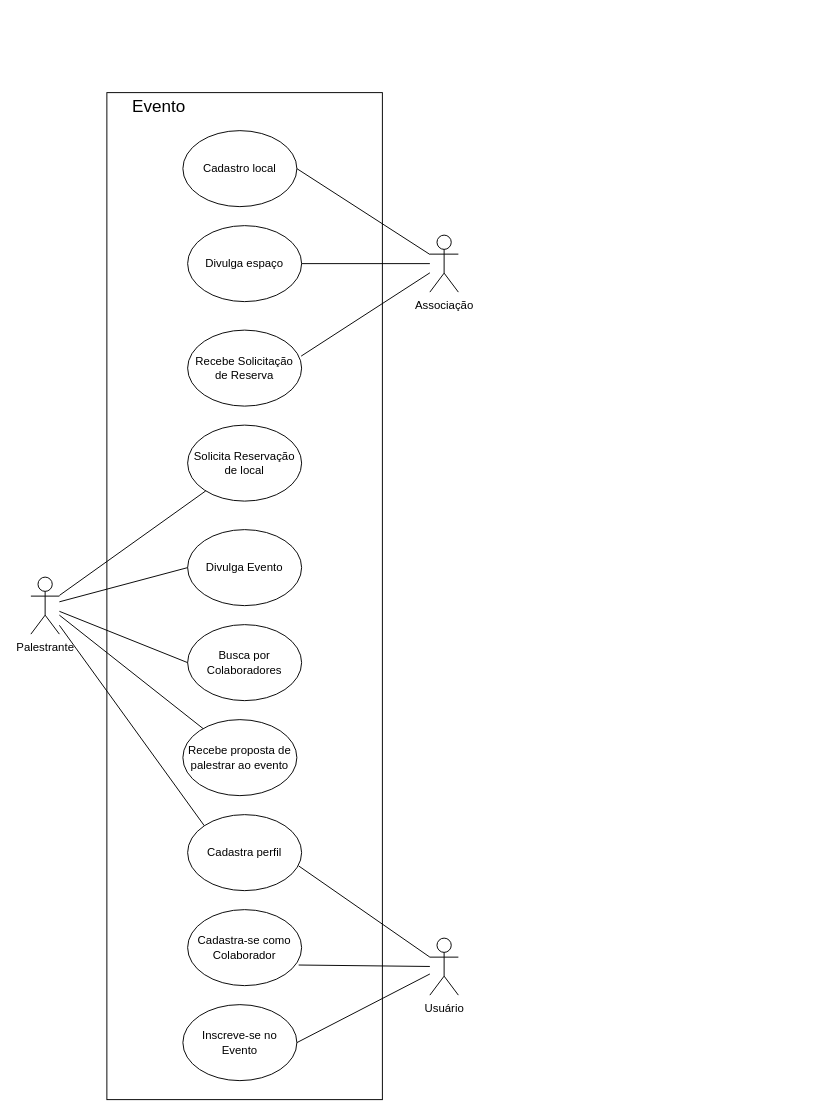
The draw.io diagram Diagramas/Caso de Uso - Evento.drawio in frqnk/2023.1-1sem-PI-Grupo5, before the edit. Source tidied: cells renumbered, new cells numbered last; positions are measured from the earlier drawing's top-left corner, leaving out a move shared by most shapes. Both pictures are drawn from the tidied source at 95%, with x=0, y=0 at pixel (30, 92).
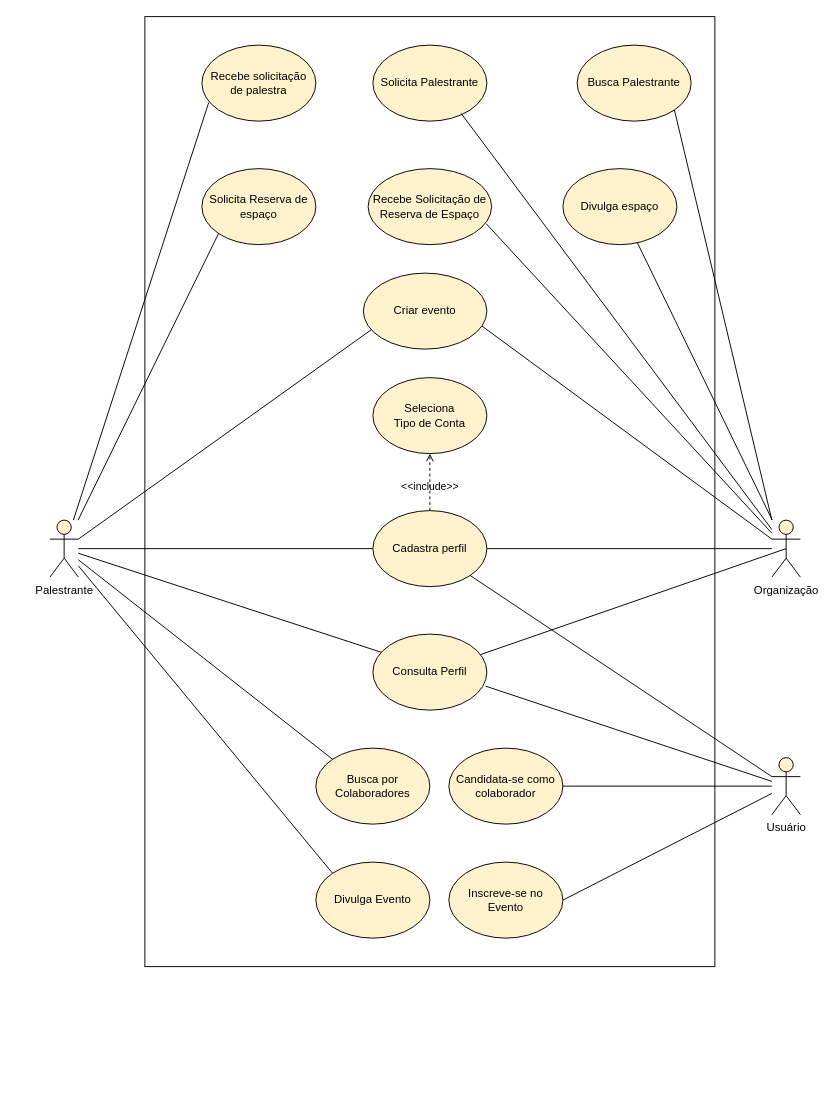
The same diagram, later.

Diff of the diagram source:
```diff
@@
     <mxCell id="2" style="rounded=0;whiteSpace=wrap;html=1;" parent="1" vertex="1">
-      <mxGeometry x="80" width="290" height="1060" as="geometry" />
+      <mxGeometry x="120" y="-80" width="600" height="1000" as="geometry" />
     </mxCell>
-    <mxCell id="3" value="Usuário" style="shape=umlActor;verticalLabelPosition=bottom;verticalAlign=top;html=1;outlineConnect=0;" parent="1" vertex="1">
-      <mxGeometry x="420" y="890" width="30" height="60" as="geometry" />
+    <mxCell id="3" value="Usuário" style="shape=umlActor;verticalLabelPosition=bottom;verticalAlign=top;html=1;outlineConnect=0;fillColor=#FFF2CC;" parent="1" vertex="1">
+      <mxGeometry x="780" y="700" width="30" height="60" as="geometry" />
     </mxCell>
-    <mxCell id="4" value="Associação" style="shape=umlActor;verticalLabelPosition=bottom;verticalAlign=top;html=1;outlineConnect=0;" parent="1" vertex="1">
-      <mxGeometry x="420" y="150" width="30" height="60" as="geometry" />
+    <mxCell id="4" value="Organização" style="shape=umlActor;verticalLabelPosition=bottom;verticalAlign=top;html=1;outlineConnect=0;fillColor=#FFF2CC;" parent="1" vertex="1">
+      <mxGeometry x="780" y="450" width="30" height="60" as="geometry" />
     </mxCell>
-    <mxCell id="5" value="Cadastro local" style="ellipse;whiteSpace=wrap;html=1;" parent="1" vertex="1">
-      <mxGeometry x="160" y="40" width="120" height="80" as="geometry" />
-    </mxCell>
-    <mxCell id="6" style="endArrow=none;html=1;rounded=0;exitX=1;exitY=0.5;exitDx=0;exitDy=0;" parent="1" edge="1" source="5" target="4">
-      <mxGeometry relative="1" as="geometry" />
-    </mxCell>
-    <mxCell id="7" value="Divulga espaço" style="ellipse;whiteSpace=wrap;html=1;" parent="1" vertex="1">
-      <mxGeometry x="165" y="140" width="120" height="80" as="geometry" />
+    <mxCell id="7" value="Divulga espaço" style="ellipse;whiteSpace=wrap;html=1;fillColor=#FFF2CC;" parent="1" vertex="1">
+      <mxGeometry x="560" y="80" width="120" height="80" as="geometry" />
     </mxCell>
@@
-    <mxCell id="9" value="Palestrante" style="shape=umlActor;verticalLabelPosition=bottom;verticalAlign=top;html=1;outlineConnect=0;" parent="1" vertex="1">
-      <mxGeometry y="510" width="30" height="60" as="geometry" />
+    <mxCell id="9" value="Palestrante" style="shape=umlActor;verticalLabelPosition=bottom;verticalAlign=top;html=1;outlineConnect=0;fillColor=#FFF2CC;" parent="1" vertex="1">
+      <mxGeometry x="20" y="450" width="30" height="60" as="geometry" />
     </mxCell>
-    <mxCell id="10" value="Solicita Reservação de local" style="ellipse;whiteSpace=wrap;html=1;" parent="1" vertex="1">
-      <mxGeometry x="165" y="350" width="120" height="80" as="geometry" />
+    <mxCell id="10" value="Solicita Reserva de espaço" style="ellipse;whiteSpace=wrap;html=1;fillColor=#FFF2CC;" parent="1" vertex="1">
+      <mxGeometry x="180" y="80" width="120" height="80" as="geometry" />
     </mxCell>
-    <mxCell id="11" value="Recebe Solicitação de Reserva" style="ellipse;whiteSpace=wrap;html=1;" parent="1" vertex="1">
-      <mxGeometry x="165" y="250" width="120" height="80" as="geometry" />
+    <mxCell id="11" value="Recebe Solicitação de Reserva de Espaço" style="ellipse;whiteSpace=wrap;html=1;fillColor=#FFF2CC;" parent="1" vertex="1">
+      <mxGeometry x="355" y="80" width="130" height="80" as="geometry" />
     </mxCell>
-    <mxCell id="12" style="endArrow=none;html=1;rounded=0;" parent="1" edge="1" source="9" target="10">
+    <mxCell id="12" style="endArrow=none;html=1;rounded=0;entryX=0;entryY=1;entryDx=0;entryDy=0;" parent="1" edge="1" source="9" target="10">
       <mxGeometry relative="1" as="geometry" />
     </mxCell>
-    <mxCell id="13" style="endArrow=none;html=1;rounded=0;exitX=0.996;exitY=0.342;exitDx=0;exitDy=0;exitPerimeter=0;" parent="1" edge="1" source="11" target="4">
+    <mxCell id="13" style="endArrow=none;html=1;rounded=0;exitX=0.957;exitY=0.726;exitDx=0;exitDy=0;exitPerimeter=0;" parent="1" edge="1" source="11" target="4">
       <mxGeometry relative="1" as="geometry" />
     </mxCell>
-    <mxCell id="14" value="Evento" style="text;html=1;strokeColor=none;fillColor=none;align=center;verticalAlign=middle;whiteSpace=wrap;rounded=0;fontSize=18;" parent="1" vertex="1">
-      <mxGeometry x="90" width="90" height="30" as="geometry" />
-    </mxCell>
-    <mxCell id="15" value="Divulga Evento" style="ellipse;whiteSpace=wrap;html=1;" parent="1" vertex="1">
-      <mxGeometry x="165" y="460" width="120" height="80" as="geometry" />
+    <mxCell id="15" value="Divulga Evento" style="ellipse;whiteSpace=wrap;html=1;fillColor=#FFF2CC;" parent="1" vertex="1">
+      <mxGeometry x="300" y="810" width="120" height="80" as="geometry" />
     </mxCell>
-    <mxCell id="16" value="Inscreve-se no Evento" style="ellipse;whiteSpace=wrap;html=1;" parent="1" vertex="1">
-      <mxGeometry x="160" y="960" width="120" height="80" as="geometry" />
+    <mxCell id="16" value="Inscreve-se no Evento" style="ellipse;whiteSpace=wrap;html=1;fillColor=#FFF2CC;" parent="1" vertex="1">
+      <mxGeometry x="440" y="810" width="120" height="80" as="geometry" />
     </mxCell>
@@
-    <mxCell id="18" style="endArrow=none;html=1;rounded=0;entryX=0;entryY=0.5;entryDx=0;entryDy=0;" parent="1" edge="1" source="9" target="15">
+    <mxCell id="18" style="endArrow=none;html=1;rounded=0;entryX=0;entryY=0;entryDx=0;entryDy=0;" parent="1" edge="1" source="9" target="15">
       <mxGeometry relative="1" as="geometry" />
     </mxCell>
-    <mxCell id="19" value="Busca por Colaboradores" style="ellipse;whiteSpace=wrap;html=1;" parent="1" vertex="1">
-      <mxGeometry x="165" y="560" width="120" height="80" as="geometry" />
+    <mxCell id="19" value="Busca por Colaboradores" style="ellipse;whiteSpace=wrap;html=1;fillColor=#FFF2CC;" parent="1" vertex="1">
+      <mxGeometry x="300" y="690" width="120" height="80" as="geometry" />
     </mxCell>
-    <mxCell id="20" value="Cadastra-se como Colaborador" style="ellipse;whiteSpace=wrap;html=1;" parent="1" vertex="1">
-      <mxGeometry x="165" y="860" width="120" height="80" as="geometry" />
+    <mxCell id="20" value="Candidata-se como colaborador" style="ellipse;whiteSpace=wrap;html=1;fillColor=#FFF2CC;" parent="1" vertex="1">
+      <mxGeometry x="440" y="690" width="120" height="80" as="geometry" />
     </mxCell>
-    <mxCell id="21" style="endArrow=none;html=1;rounded=0;exitX=0;exitY=0.5;exitDx=0;exitDy=0;" parent="1" edge="1" source="19" target="9">
+    <mxCell id="21" style="endArrow=none;html=1;rounded=0;exitX=0;exitY=0;exitDx=0;exitDy=0;" parent="1" edge="1" source="19" target="9">
       <mxGeometry relative="1" as="geometry" />
     </mxCell>
-    <mxCell id="22" style="endArrow=none;html=1;rounded=0;exitX=0.974;exitY=0.729;exitDx=0;exitDy=0;exitPerimeter=0;" parent="1" edge="1" source="20" target="3">
+    <mxCell id="22" style="endArrow=none;html=1;rounded=0;" parent="1" edge="1" source="20" target="3">
       <mxGeometry relative="1" as="geometry" />
     </mxCell>
-    <mxCell id="23" value="Recebe proposta de palestrar ao evento" style="ellipse;whiteSpace=wrap;html=1;" parent="1" vertex="1">
-      <mxGeometry x="160" y="660" width="120" height="80" as="geometry" />
+    <mxCell id="23" value="Recebe solicitação&lt;br&gt;de palestra" style="ellipse;whiteSpace=wrap;html=1;fillColor=#FFF2CC;" parent="1" vertex="1">
+      <mxGeometry x="180" y="-50" width="120" height="80" as="geometry" />
     </mxCell>
-    <mxCell id="24" style="endArrow=none;html=1;rounded=0;" parent="1" edge="1" source="23">
-      <mxGeometry relative="1" as="geometry">
-        <mxPoint x="30" y="550" as="targetPoint" />
-      </mxGeometry>
+    <mxCell id="24" style="endArrow=none;html=1;rounded=0;exitX=0.06;exitY=0.755;exitDx=0;exitDy=0;exitPerimeter=0;" parent="1" edge="1" source="23" target="9">
+      <mxGeometry relative="1" as="geometry" />
     </mxCell>
-    <mxCell id="25" value="Cadastra perfil" style="ellipse;whiteSpace=wrap;html=1;" parent="1" vertex="1">
-      <mxGeometry x="165" y="760" width="120" height="80" as="geometry" />
+    <mxCell id="25" value="Cadastra perfil" style="ellipse;whiteSpace=wrap;html=1;fillColor=#FFF2CC;" parent="1" vertex="1">
+      <mxGeometry x="360" y="440" width="120" height="80" as="geometry" />
     </mxCell>
-    <mxCell id="26" style="endArrow=none;html=1;rounded=0;exitX=0;exitY=0;exitDx=0;exitDy=0;" parent="1" edge="1" source="25" target="9">
+    <mxCell id="26" style="endArrow=none;html=1;rounded=0;exitX=0;exitY=0.5;exitDx=0;exitDy=0;" parent="1" edge="1" source="25" target="9">
       <mxGeometry relative="1" as="geometry" />
     </mxCell>
+    <mxCell id="28" style="endArrow=none;html=1;rounded=0;exitX=1;exitY=0.5;exitDx=0;exitDy=0;" parent="1" edge="1" source="25" target="4">
+      <mxGeometry relative="1" as="geometry" />
+    </mxCell>
+    <mxCell id="29" value="&amp;lt;&amp;lt;include&amp;gt;&amp;gt;" style="html=1;verticalAlign=bottom;labelBackgroundColor=none;endArrow=open;endFill=0;dashed=1;rounded=0;" parent="1" edge="1" source="25" target="30">
+      <mxGeometry x="-0.48" relative="1" as="geometry" />
+    </mxCell>
+    <mxCell id="30" value="Seleciona&lt;br&gt;Tipo de Conta" style="ellipse;whiteSpace=wrap;html=1;fillColor=#FFF2CC;" parent="1" vertex="1">
+      <mxGeometry x="360" y="300" width="120" height="80" as="geometry" />
+    </mxCell>
+    <mxCell id="31" value="Solicita Palestrante" style="ellipse;whiteSpace=wrap;html=1;fillColor=#FFF2CC;" parent="1" vertex="1">
+      <mxGeometry x="360" y="-50" width="120" height="80" as="geometry" />
+    </mxCell>
+    <mxCell id="32" style="endArrow=none;html=1;rounded=0;exitX=0.774;exitY=0.898;exitDx=0;exitDy=0;exitPerimeter=0;" parent="1" edge="1" source="31" target="4">
+      <mxGeometry relative="1" as="geometry" />
+    </mxCell>
-    <mxCell id="27" style="endArrow=none;html=1;rounded=0;exitX=0.974;exitY=0.675;exitDx=0;exitDy=0;exitPerimeter=0;entryX=0;entryY=0.3333333333333333;entryDx=0;entryDy=0;entryPerimeter=0;" parent="1" edge="1" source="25" target="3">
+    <mxCell id="27" style="endArrow=none;html=1;rounded=0;exitX=1;exitY=1;exitDx=0;exitDy=0;" parent="1" edge="1" source="25" target="3">
       <mxGeometry relative="1" as="geometry" />
     </mxCell>
+    <mxCell id="33" value="Busca Palestrante" style="ellipse;whiteSpace=wrap;html=1;fillColor=#FFF2CC;" parent="1" vertex="1">
+      <mxGeometry x="575" y="-50" width="120" height="80" as="geometry" />
+    </mxCell>
+    <mxCell id="34" value="Consulta Perfil" style="ellipse;whiteSpace=wrap;html=1;fillColor=#FFF2CC;" parent="1" vertex="1">
+      <mxGeometry x="360" y="570" width="120" height="80" as="geometry" />
+    </mxCell>
+    <mxCell id="35" style="endArrow=none;html=1;rounded=0;exitX=0.988;exitY=0.684;exitDx=0;exitDy=0;exitPerimeter=0;" parent="1" edge="1" source="34" target="3">
+      <mxGeometry relative="1" as="geometry" />
+    </mxCell>
+    <mxCell id="36" style="endArrow=none;html=1;rounded=0;exitX=0.072;exitY=0.238;exitDx=0;exitDy=0;exitPerimeter=0;" parent="1" edge="1" source="34" target="9">
+      <mxGeometry relative="1" as="geometry" />
+    </mxCell>
+    <mxCell id="37" style="endArrow=none;html=1;rounded=0;exitX=0.5;exitY=0.5;exitDx=0;exitDy=0;exitPerimeter=0;" parent="1" edge="1" source="4" target="34">
+      <mxGeometry relative="1" as="geometry" />
+    </mxCell>
+    <mxCell id="38" style="endArrow=none;html=1;rounded=0;exitX=1;exitY=1;exitDx=0;exitDy=0;" parent="1" edge="1" source="33">
+      <mxGeometry relative="1" as="geometry">
+        <mxPoint x="780" y="450" as="targetPoint" />
+      </mxGeometry>
+    </mxCell>
+    <mxCell id="39" value="Criar evento" style="ellipse;whiteSpace=wrap;html=1;fillColor=#FFF2CC;" parent="1" vertex="1">
+      <mxGeometry x="350" y="190" width="130" height="80" as="geometry" />
+    </mxCell>
+    <mxCell id="40" style="endArrow=none;html=1;rounded=0;exitX=0;exitY=0.3333333333333333;exitDx=0;exitDy=0;exitPerimeter=0;entryX=0.96;entryY=0.696;entryDx=0;entryDy=0;entryPerimeter=0;" parent="1" edge="1" source="4" target="39">
+      <mxGeometry relative="1" as="geometry" />
+    </mxCell>
+    <mxCell id="41" style="endArrow=none;html=1;rounded=0;exitX=1;exitY=0.3333333333333333;exitDx=0;exitDy=0;exitPerimeter=0;entryX=0.066;entryY=0.743;entryDx=0;entryDy=0;entryPerimeter=0;" parent="1" edge="1" source="9" target="39">
+      <mxGeometry relative="1" as="geometry" />
+    </mxCell>
```
